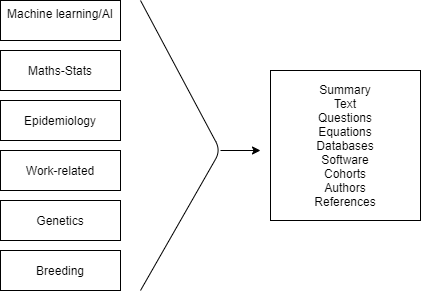
The draw.io diagram Flowchart.png in AlfredPgen/Flowchart, before a commit. Source tidied: cells renumbered, new cells last; positions are measured from the earlier drawing's top-left corner, leaving out a move shared by most shapes.
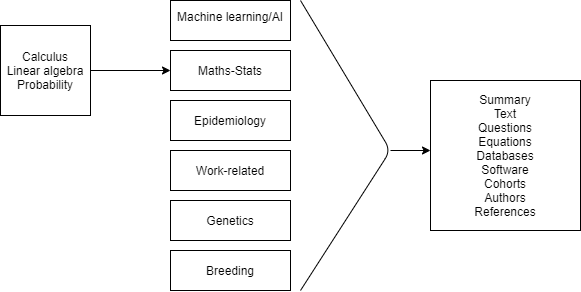
After the commit.

Diff of the diagram source:
```diff
@@ -2,7 +2,7 @@
   <root>
     <mxCell id="0" />
     <mxCell id="1" parent="0" />
-    <mxCell id="2" value="Machine learning/AI&lt;span style=&quot;white-space: pre&quot;&gt;&#9;&lt;/span&gt;" style="rounded=0;whiteSpace=wrap;html=1;" parent="1" vertex="1">
+    <mxCell id="2" value="Machine learning/AI&lt;span style=&quot;white-space: pre&quot;&gt;&#9;&lt;/span&gt;" style="rounded=0;whiteSpace=wrap;html=1;align=center;verticalAlign=bottom;" parent="1" vertex="1">
       <mxGeometry width="120" height="40" as="geometry" />
     </mxCell>
     <mxCell id="3" value="Breeding" style="rounded=0;whiteSpace=wrap;html=1;" parent="1" vertex="1">
@@ -22,8 +22,8 @@
     </mxCell>
     <mxCell id="8" style="endArrow=none;html=1;" parent="1" edge="1">
       <mxGeometry relative="1" as="geometry">
-        <mxPoint x="140" y="290" as="sourcePoint" />
-        <mxPoint x="140" as="targetPoint" />
+        <mxPoint x="130" y="290" as="sourcePoint" />
+        <mxPoint x="130" as="targetPoint" />
         <Array as="points">
           <mxPoint x="220" y="150" />
         </Array>
@@ -36,7 +36,13 @@
       </mxGeometry>
     </mxCell>
     <mxCell id="10" value="Summary&lt;br&gt;Text&lt;br&gt;Questions&lt;br&gt;Equations&lt;br&gt;Databases&lt;br&gt;Software&lt;br&gt;Cohorts&lt;br&gt;Authors&lt;br&gt;References" style="whiteSpace=wrap;html=1;" parent="1" vertex="1">
-      <mxGeometry x="270" y="70" width="150" height="150" as="geometry" />
+      <mxGeometry x="260" y="80" width="150" height="150" as="geometry" />
     </mxCell>
+    <mxCell id="11" value="Calculus&lt;br&gt;Linear algebra&lt;br&gt;Probability" style="whiteSpace=wrap;html=1;" parent="1" vertex="1">
+      <mxGeometry x="-170" y="25" width="90" height="90" as="geometry" />
+    </mxCell>
+    <mxCell id="12" style="endArrow=classic;html=1;exitX=1;exitY=0.5;exitDx=0;exitDy=0;entryX=0;entryY=0.5;entryDx=0;entryDy=0;" parent="1" edge="1" source="11" target="5">
+      <mxGeometry relative="1" as="geometry" />
+    </mxCell>
   </root>
 </mxGraphModel>
```
